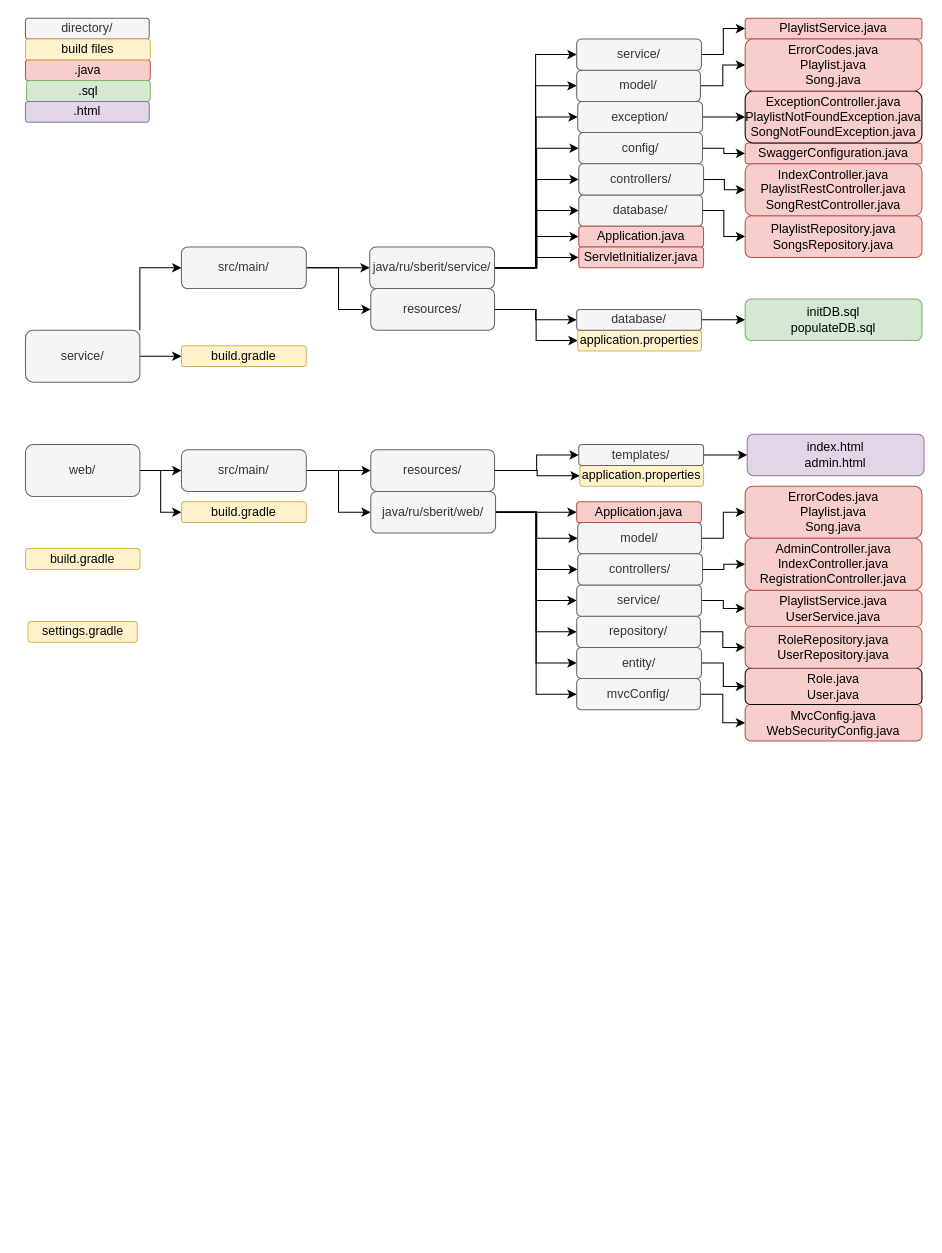
Earlier version of the draw.io diagram project_structure.drawio (k-allard/playlists_project). Source tidied: cells renumbered, new cells numbered last; positions are measured from the earlier drawing's top-left corner, leaving out a move shared by most shapes. Both pictures are drawn from the tidied source at 104%, with x=0, y=0 at pixel (25, 18).
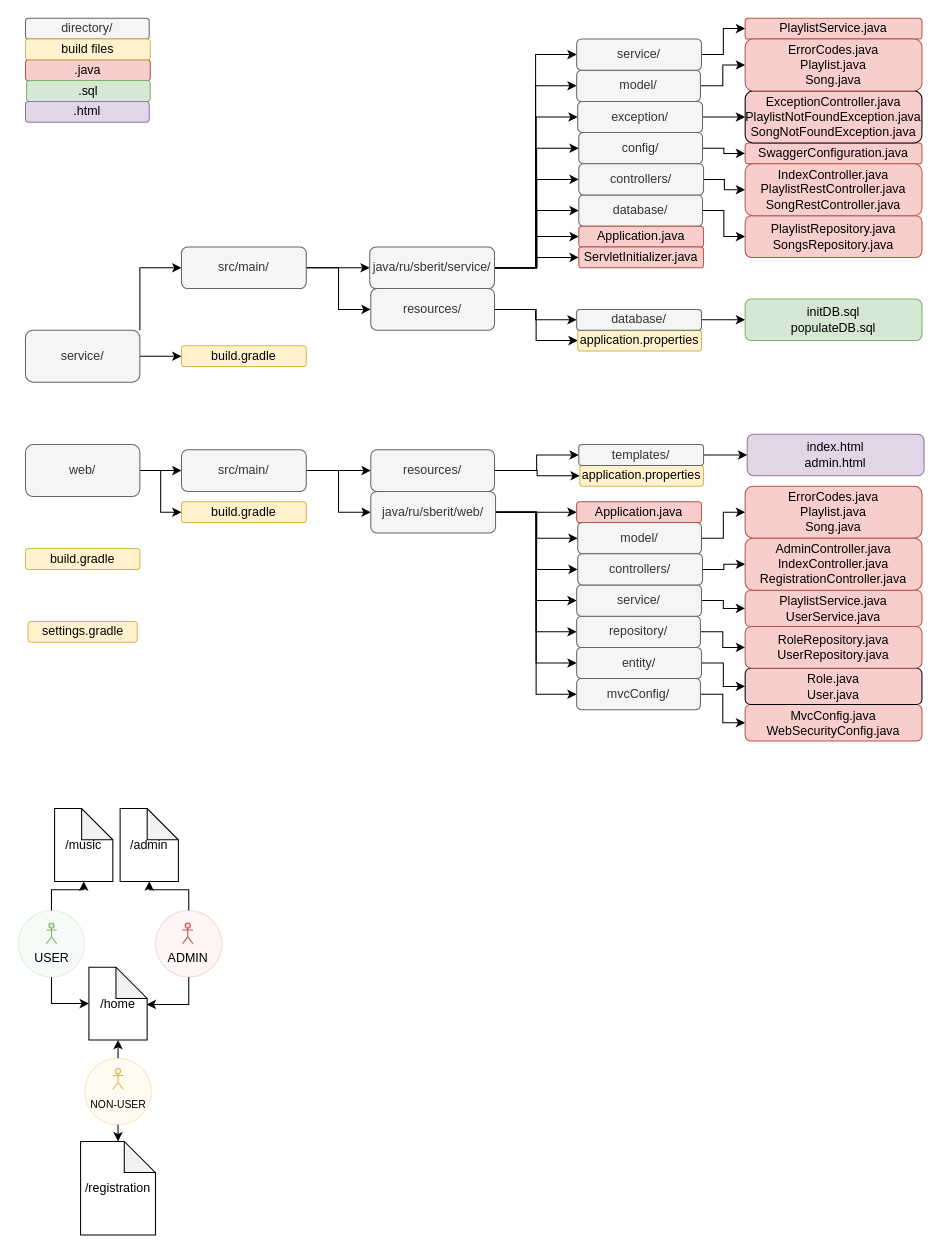
After the change.

What changed in the source:
```diff
@@
+    <mxCell id="95" style="ellipse;whiteSpace=wrap;html=1;strokeColor=#d6b656;fillColor=#fff2cc;opacity=30;" parent="1" vertex="1">
+      <mxGeometry x="57" y="1000" width="64" height="64" as="geometry" />
+    </mxCell>
+    <mxCell id="96" style="ellipse;whiteSpace=wrap;html=1;strokeColor=#82b366;fillColor=#d5e8d4;opacity=20;" parent="1" vertex="1">
+      <mxGeometry x="-7" y="858" width="64" height="64" as="geometry" />
+    </mxCell>
+    <mxCell id="97" style="ellipse;whiteSpace=wrap;html=1;strokeColor=#b85450;fillColor=#f8cecc;opacity=20;" parent="1" vertex="1">
+      <mxGeometry x="125" y="858" width="64" height="64" as="geometry" />
+    </mxCell>
@@
+    <mxCell id="98" value="USER" style="shape=umlActor;verticalLabelPosition=bottom;verticalAlign=top;html=1;strokeColor=#82b366;fillColor=#d5e8d4;" parent="1" vertex="1">
+      <mxGeometry x="20" y="870" width="10" height="20" as="geometry" />
+    </mxCell>
+    <mxCell id="99" value="ADMIN" style="shape=umlActor;verticalLabelPosition=bottom;verticalAlign=top;html=1;strokeColor=#b85450;fillColor=#f8cecc;" parent="1" vertex="1">
+      <mxGeometry x="151" y="870" width="10" height="20" as="geometry" />
+    </mxCell>
+    <mxCell id="100" value="/home" style="shape=note;whiteSpace=wrap;html=1;backgroundOutline=1;darkOpacity=0.05;strokeColor=#000000;" parent="1" vertex="1">
+      <mxGeometry x="61" y="912.5" width="56" height="70" as="geometry" />
+    </mxCell>
+    <mxCell id="101" value="/music" style="shape=note;whiteSpace=wrap;html=1;backgroundOutline=1;darkOpacity=0.05;strokeColor=#000000;" parent="1" vertex="1">
+      <mxGeometry x="28" y="760" width="56" height="70" as="geometry" />
+    </mxCell>
+    <mxCell id="102" value="/registration" style="shape=note;whiteSpace=wrap;html=1;backgroundOutline=1;darkOpacity=0.05;strokeColor=#000000;" parent="1" vertex="1">
+      <mxGeometry x="53" y="1080" width="72" height="90" as="geometry" />
+    </mxCell>
+    <mxCell id="103" value="/admin" style="shape=note;whiteSpace=wrap;html=1;backgroundOutline=1;darkOpacity=0.05;strokeColor=#000000;" parent="1" vertex="1">
+      <mxGeometry x="91" y="760" width="56" height="70" as="geometry" />
+    </mxCell>
+    <mxCell id="104" style="edgeStyle=orthogonalEdgeStyle;rounded=0;jettySize=auto;html=1;entryX=0.5;entryY=1;entryDx=0;entryDy=0;entryPerimeter=0;" parent="1" edge="1" source="97" target="103">
+      <mxGeometry relative="1" as="geometry" />
+    </mxCell>
+    <mxCell id="105" style="edgeStyle=orthogonalEdgeStyle;rounded=0;jettySize=auto;html=1;exitX=0.5;exitY=1;exitDx=0;exitDy=0;entryX=0.992;entryY=0.511;entryDx=0;entryDy=0;entryPerimeter=0;" parent="1" edge="1" source="97" target="100">
+      <mxGeometry relative="1" as="geometry" />
+    </mxCell>
+    <mxCell id="106" style="edgeStyle=orthogonalEdgeStyle;rounded=0;jettySize=auto;html=1;exitX=0.5;exitY=0;exitDx=0;exitDy=0;entryX=0.5;entryY=1;entryDx=0;entryDy=0;entryPerimeter=0;" parent="1" edge="1" source="95" target="100">
+      <mxGeometry relative="1" as="geometry" />
+    </mxCell>
+    <mxCell id="107" style="edgeStyle=orthogonalEdgeStyle;rounded=0;jettySize=auto;html=1;exitX=0.5;exitY=1;exitDx=0;exitDy=0;entryX=0.5;entryY=0;entryDx=0;entryDy=0;entryPerimeter=0;" parent="1" edge="1" source="95" target="102">
+      <mxGeometry relative="1" as="geometry" />
+    </mxCell>
+    <mxCell id="108" style="edgeStyle=orthogonalEdgeStyle;rounded=0;jettySize=auto;html=1;entryX=0.5;entryY=1;entryDx=0;entryDy=0;entryPerimeter=0;" parent="1" edge="1" source="96" target="101">
+      <mxGeometry relative="1" as="geometry" />
+    </mxCell>
+    <mxCell id="109" style="edgeStyle=orthogonalEdgeStyle;rounded=0;jettySize=auto;html=1;exitX=0.5;exitY=1;exitDx=0;exitDy=0;entryX=0;entryY=0.5;entryDx=0;entryDy=0;entryPerimeter=0;" parent="1" edge="1" source="96" target="100">
+      <mxGeometry relative="1" as="geometry" />
+    </mxCell>
+    <mxCell id="110" value="&lt;font style=&quot;font-size: 10px&quot;&gt;NON-USER&lt;/font&gt;" style="shape=umlActor;verticalLabelPosition=bottom;verticalAlign=top;html=1;strokeColor=#d6b656;fillColor=#fff2cc;" parent="1" vertex="1">
+      <mxGeometry x="84" y="1010" width="10" height="20" as="geometry" />
+    </mxCell>
```
